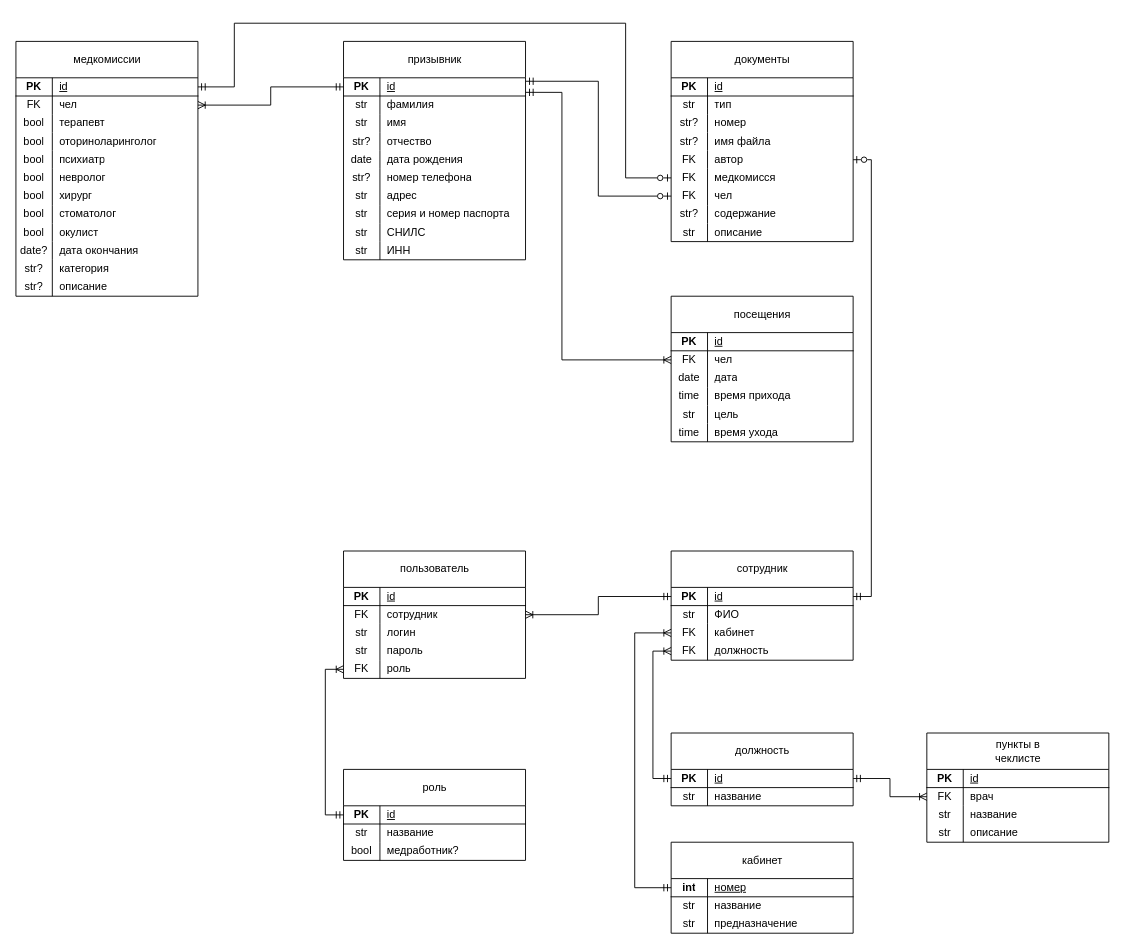
The draw.io diagram теоретическая часть/схемы/er физическая.drawio in ChesniChok/voenkomat, before the edit. Source tidied: cells renumbered, new cells numbered last; positions are measured from the earlier drawing's top-left corner, leaving out a move shared by most shapes. Both pictures are drawn from the tidied source at 91%, with x=0, y=0 at pixel (15, 23).
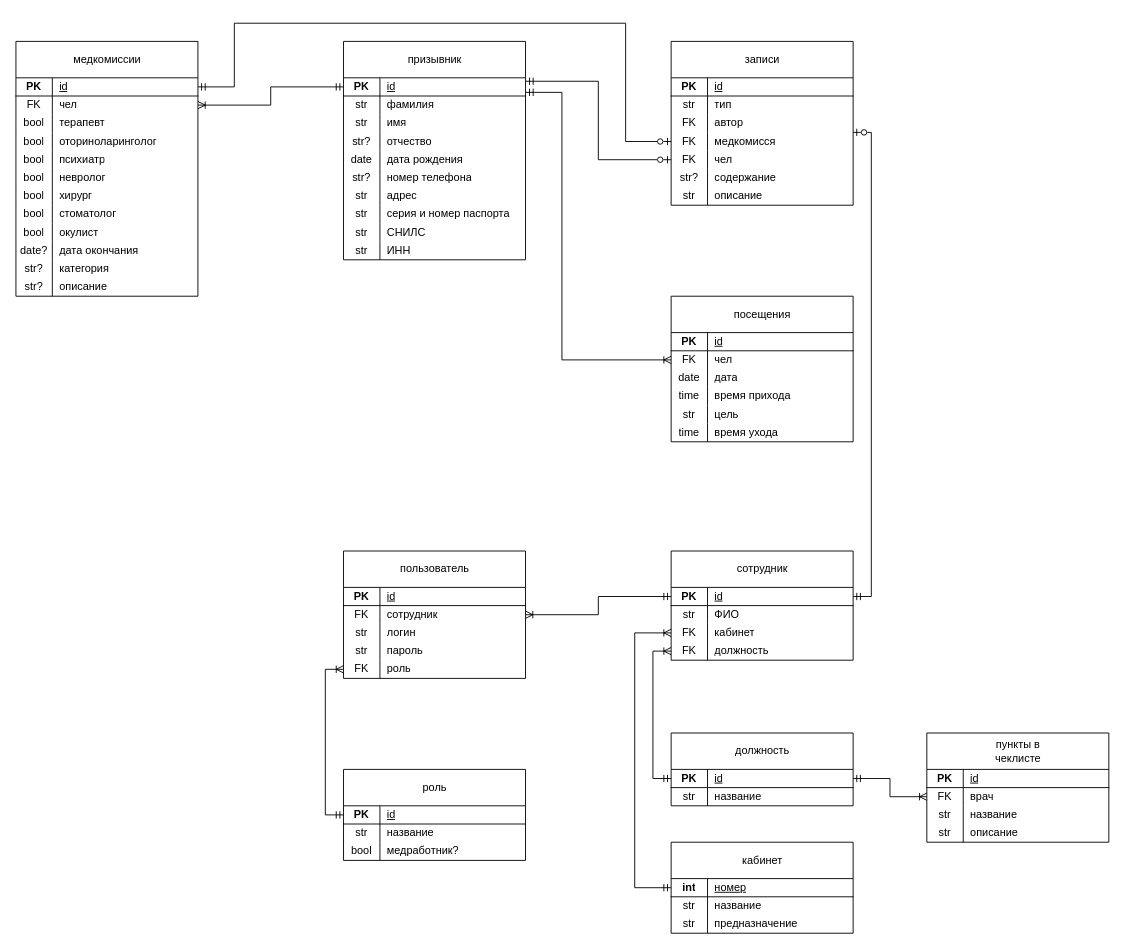
Above is the later version.

Unchanged cells that the change refers to:
```xml
<mxCell id="3" style="shape=tableRow;horizontal=0;startSize=0;swimlaneHead=0;swimlaneBody=0;fillColor=none;points=[[0,0.5],[1,0.5]];portConstraint=eastwest;top=0;left=0;right=0;bottom=1;" parent="2" vertex="1">
  <mxGeometry y="40" width="200" height="20" as="geometry" />
</mxCell>
<mxCell id="118" style="shape=tableRow;horizontal=0;startSize=0;swimlaneHead=0;swimlaneBody=0;fillColor=none;points=[[0,0.5],[1,0.5]];portConstraint=eastwest;top=0;left=0;right=0;bottom=1;" parent="117" vertex="1">
  <mxGeometry y="40" width="200" height="20" as="geometry" />
</mxCell>
```

The edit, as a diff of the source:
```diff
@@
-    <mxCell id="70" value="&lt;span style=&quot;font-weight: 400; text-wrap-mode: wrap;&quot;&gt;документы&lt;/span&gt;" style="shape=table;startSize=40;childLayout=tableLayout;rowLines=0;fontStyle=1;align=center;html=1;" parent="1" vertex="1">
-      <mxGeometry x="720" y="20" width="200" height="220" as="geometry" />
+    <mxCell id="70" value="&lt;span style=&quot;font-weight: 400; text-wrap-mode: wrap;&quot;&gt;записи&lt;/span&gt;" style="shape=table;startSize=40;childLayout=tableLayout;rowLines=0;fontStyle=1;align=center;html=1;" parent="1" vertex="1">
+      <mxGeometry x="720" y="20" width="200" height="180" as="geometry" />
     </mxCell>
@@
-    <mxCell id="77" style="shape=tableRow;horizontal=0;startSize=0;swimlaneHead=0;swimlaneBody=0;fillColor=none;top=0;left=0;right=0;bottom=0;" parent="70" vertex="1">
-      <mxGeometry y="80" width="200" height="20" as="geometry" />
-    </mxCell>
-    <mxCell id="78" value="str?" style="shape=partialRectangle;fillColor=none;top=0;left=0;bottom=0;right=0;overflow=hidden;whiteSpace=wrap;html=1;" parent="77" vertex="1">
-      <mxGeometry width="40" height="20" as="geometry" />
-    </mxCell>
-    <mxCell id="79" value="номер" style="shape=partialRectangle;fillColor=none;top=0;left=0;bottom=0;right=0;align=left;spacingLeft=6;overflow=hidden;whiteSpace=wrap;html=1;" parent="77" vertex="1">
-      <mxGeometry x="40" width="160" height="20" as="geometry" />
-    </mxCell>
-    <mxCell id="80" style="shape=tableRow;horizontal=0;startSize=0;swimlaneHead=0;swimlaneBody=0;fillColor=none;top=0;left=0;right=0;bottom=0;" parent="70" vertex="1">
-      <mxGeometry y="100" width="200" height="20" as="geometry" />
-    </mxCell>
-    <mxCell id="81" value="str?" style="shape=partialRectangle;fillColor=none;top=0;left=0;bottom=0;right=0;overflow=hidden;whiteSpace=wrap;html=1;" parent="80" vertex="1">
-      <mxGeometry width="40" height="20" as="geometry" />
-    </mxCell>
-    <mxCell id="82" value="имя файла" style="shape=partialRectangle;fillColor=none;top=0;left=0;bottom=0;right=0;align=left;spacingLeft=6;overflow=hidden;whiteSpace=wrap;html=1;" parent="80" vertex="1">
-      <mxGeometry x="40" width="160" height="20" as="geometry" />
-    </mxCell>
     <mxCell id="83" style="shape=tableRow;horizontal=0;startSize=0;swimlaneHead=0;swimlaneBody=0;fillColor=none;points=[[0,0.5],[1,0.5]];portConstraint=eastwest;top=0;left=0;right=0;bottom=0;" parent="70" vertex="1">
-      <mxGeometry y="120" width="200" height="20" as="geometry" />
+      <mxGeometry y="80" width="200" height="20" as="geometry" />
     </mxCell>
@@
     <mxCell id="86" style="shape=tableRow;horizontal=0;startSize=0;swimlaneHead=0;swimlaneBody=0;fillColor=none;points=[[0,0.5],[1,0.5]];portConstraint=eastwest;top=0;left=0;right=0;bottom=0;" parent="70" vertex="1">
-      <mxGeometry y="140" width="200" height="20" as="geometry" />
+      <mxGeometry y="100" width="200" height="20" as="geometry" />
     </mxCell>
@@
     <mxCell id="89" style="shape=tableRow;horizontal=0;startSize=0;swimlaneHead=0;swimlaneBody=0;fillColor=none;points=[[0,0.5],[1,0.5]];portConstraint=eastwest;top=0;left=0;right=0;bottom=0;" parent="70" vertex="1">
-      <mxGeometry y="160" width="200" height="20" as="geometry" />
+      <mxGeometry y="120" width="200" height="20" as="geometry" />
     </mxCell>
@@
     <mxCell id="92" style="shape=tableRow;horizontal=0;startSize=0;swimlaneHead=0;swimlaneBody=0;fillColor=none;top=0;left=0;right=0;bottom=0;" parent="70" vertex="1">
-      <mxGeometry y="180" width="200" height="20" as="geometry" />
+      <mxGeometry y="140" width="200" height="20" as="geometry" />
     </mxCell>
@@
     <mxCell id="95" style="shape=tableRow;horizontal=0;startSize=0;swimlaneHead=0;swimlaneBody=0;fillColor=none;top=0;left=0;right=0;bottom=0;" parent="70" vertex="1">
-      <mxGeometry y="200" width="200" height="20" as="geometry" />
+      <mxGeometry y="160" width="200" height="20" as="geometry" />
     </mxCell>
@@
     <mxCell id="174" style="edgeStyle=orthogonalEdgeStyle;rounded=0;jettySize=auto;html=1;entryX=0;entryY=0.5;entryDx=0;entryDy=0;endArrow=ERzeroToOne;endFill=0;startArrow=ERmandOne;startFill=0;" parent="1" edge="1" source="3" target="86">
       <mxGeometry relative="1" as="geometry">
         <Array as="points">
           <mxPoint x="240" y="70" />
           <mxPoint x="240" />
           <mxPoint x="670" />
-          <mxPoint x="670" y="170" />
+          <mxPoint x="670" y="130" />
         </Array>
       </mxGeometry>
     </mxCell>
@@
     <mxCell id="177" style="edgeStyle=orthogonalEdgeStyle;rounded=0;jettySize=auto;html=1;entryX=1;entryY=0.5;entryDx=0;entryDy=0;startArrow=ERzeroToOne;startFill=0;endArrow=ERmandOne;endFill=0;" parent="1" edge="1" source="83" target="118">
       <mxGeometry relative="1" as="geometry">
         <Array as="points">
-          <mxPoint x="940" y="150" />
+          <mxPoint x="940" y="120" />
           <mxPoint x="940" y="630" />
         </Array>
       </mxGeometry>
     </mxCell>
```
